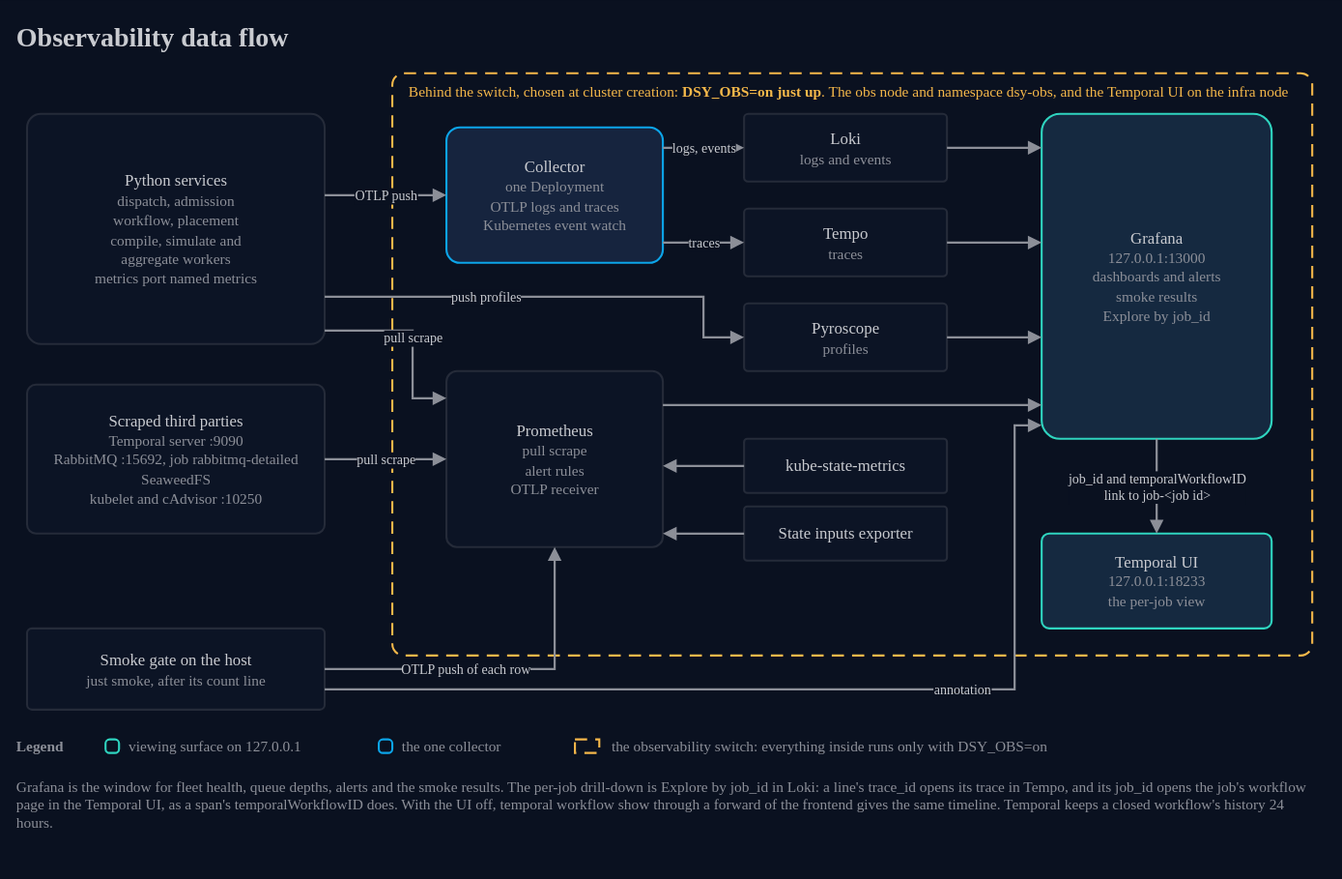
Above: docs/architecture/05-observability-data-flow.drawio.svg in AndoNorth/disyard (draw.io), before the change. Source tidied: cells renumbered, new cells last; positions are measured from the earlier drawing's top-left corner, leaving out a move shared by most shapes.
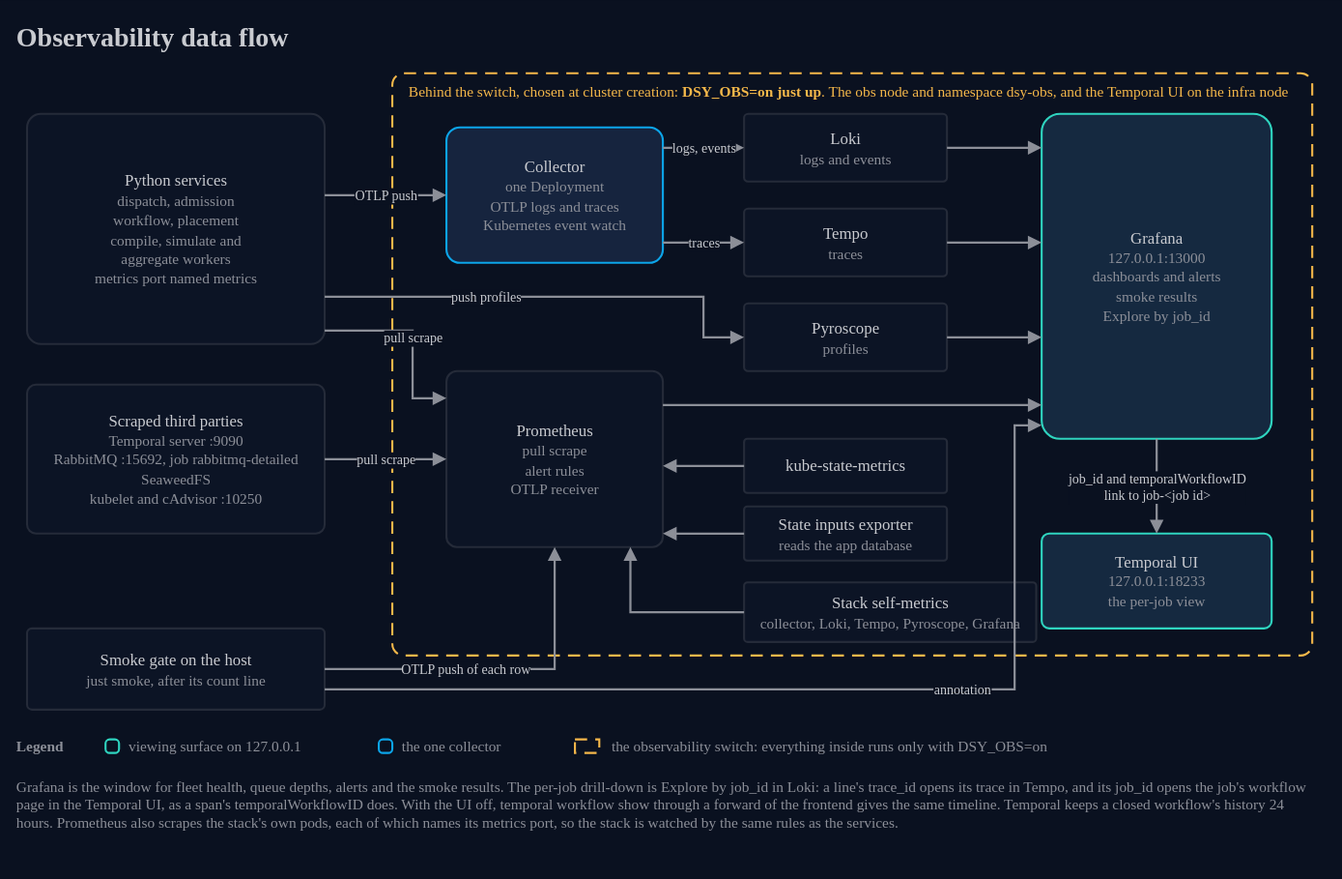
After the commit.

Commit message:
docs(architecture): [#654] redraw the system context diagram to match what has landed

Change to the diagram source:
```diff
@@ -38,9 +38,15 @@
     <mxCell id="13" value="kube-state-metrics" style="rounded=1;arcSize=6;html=1;whiteSpace=wrap;fillColor=#0c1425;strokeColor=#252b39;strokeWidth=1.5;fontColor=#c9cbd0;fontSize=12;fontFamily=IBM Plex Sans;" parent="1" vertex="1">
       <mxGeometry x="540" y="314" width="150" height="40" as="geometry" />
     </mxCell>
-    <mxCell id="14" value="State inputs exporter" style="rounded=1;arcSize=6;html=1;whiteSpace=wrap;fillColor=#0c1425;strokeColor=#252b39;strokeWidth=1.5;fontColor=#c9cbd0;fontSize=12;fontFamily=IBM Plex Sans;" parent="1" vertex="1">
+    <mxCell id="14" value="State inputs exporter&lt;br&gt;&lt;font color=&quot;#8c8f98&quot; style=&quot;font-size:11px&quot;&gt;reads the app database&lt;/font&gt;" style="rounded=1;arcSize=6;html=1;whiteSpace=wrap;fillColor=#0c1425;strokeColor=#252b39;strokeWidth=1.5;fontColor=#c9cbd0;fontSize=12;fontFamily=IBM Plex Sans;" parent="1" vertex="1">
       <mxGeometry x="540" y="364" width="150" height="40" as="geometry" />
     </mxCell>
+    <mxCell id="40" value="Stack self-metrics&lt;br&gt;&lt;font color=&quot;#8c8f98&quot; style=&quot;font-size:11px&quot;&gt;collector, Loki, Tempo, Pyroscope, Grafana&lt;/font&gt;" style="rounded=1;arcSize=6;html=1;whiteSpace=wrap;fillColor=#0c1425;strokeColor=#252b39;strokeWidth=1.5;fontColor=#c9cbd0;fontSize=12;fontFamily=IBM Plex Sans;" parent="1" vertex="1">
+      <mxGeometry x="540" y="420" width="216" height="44" as="geometry" />
+    </mxCell>
+    <mxCell id="41" style="endArrow=block;endFill=1;html=1;rounded=0;edgeStyle=orthogonalEdgeStyle;strokeColor=#8c8f98;strokeWidth=1.6;fontColor=#c9cbd0;fontSize=10;fontFamily=IBM Plex Sans;labelBackgroundColor=#0a1120;exitX=0;exitY=0.5;exitDx=0;exitDy=0;entryX=0.85;entryY=1;entryDx=0;entryDy=0;" parent="1" edge="1" source="40" target="9">
+      <mxGeometry relative="1" as="geometry" />
+    </mxCell>
     <mxCell id="15" value="Grafana&lt;br&gt;&lt;font color=&quot;#8c8f98&quot; style=&quot;font-size:11px&quot;&gt;127.0.0.1:13000&lt;/font&gt;&lt;br&gt;&lt;font color=&quot;#8c8f98&quot; style=&quot;font-size:11px&quot;&gt;dashboards and alerts&lt;/font&gt;&lt;br&gt;&lt;font color=&quot;#8c8f98&quot; style=&quot;font-size:11px&quot;&gt;smoke results&lt;/font&gt;&lt;br&gt;&lt;font color=&quot;#8c8f98&quot; style=&quot;font-size:11px&quot;&gt;Explore by job_id&lt;/font&gt;" style="rounded=1;arcSize=8;html=1;whiteSpace=wrap;fillColor=#152940;strokeColor=#2fd4bf;strokeWidth=1.5;fontColor=#c9cbd0;fontSize=12;fontFamily=IBM Plex Sans;" parent="1" vertex="1">
       <mxGeometry x="760" y="74" width="170" height="240" as="geometry" />
     </mxCell>
@@ -132,7 +138,7 @@
     <mxCell id="38" value="the observability switch: everything inside runs only with DSY_OBS=on" style="text;html=1;strokeColor=none;fillColor=none;align=left;verticalAlign=middle;whiteSpace=wrap;fontColor=#8c8f98;fontSize=11;fontFamily=IBM Plex Sans;whiteSpace=nowrap;" parent="1" vertex="1">
       <mxGeometry x="440" y="532" width="420" height="18" as="geometry" />
     </mxCell>
-    <mxCell id="39" value="Grafana is the window for fleet health, queue depths, alerts and the smoke results. The per-job drill-down is Explore by job_id in Loki: a line's trace_id opens its trace in Tempo, and its job_id opens the job's workflow page in the Temporal UI, as a span's temporalWorkflowID does. With the UI off, temporal workflow show through a forward of the frontend gives the same timeline. Temporal keeps a closed workflow's history 24 hours." style="text;html=1;strokeColor=none;fillColor=none;align=left;verticalAlign=middle;whiteSpace=wrap;fontColor=#8c8f98;fontSize=11;fontFamily=IBM Plex Sans;verticalAlign=top;" parent="1" vertex="1">
+    <mxCell id="39" value="Grafana is the window for fleet health, queue depths, alerts and the smoke results. The per-job drill-down is Explore by job_id in Loki: a line's trace_id opens its trace in Tempo, and its job_id opens the job's workflow page in the Temporal UI, as a span's temporalWorkflowID does. With the UI off, temporal workflow show through a forward of the frontend gives the same timeline. Temporal keeps a closed workflow's history 24 hours. Prometheus also scrapes the stack's own pods, each of which names its metrics port, so the stack is watched by the same rules as the services." style="text;html=1;strokeColor=none;fillColor=none;align=left;verticalAlign=middle;whiteSpace=wrap;fontColor=#8c8f98;fontSize=11;fontFamily=IBM Plex Sans;verticalAlign=top;" parent="1" vertex="1">
       <mxGeometry y="558" width="960" height="60" as="geometry" />
     </mxCell>
   </root>
```
